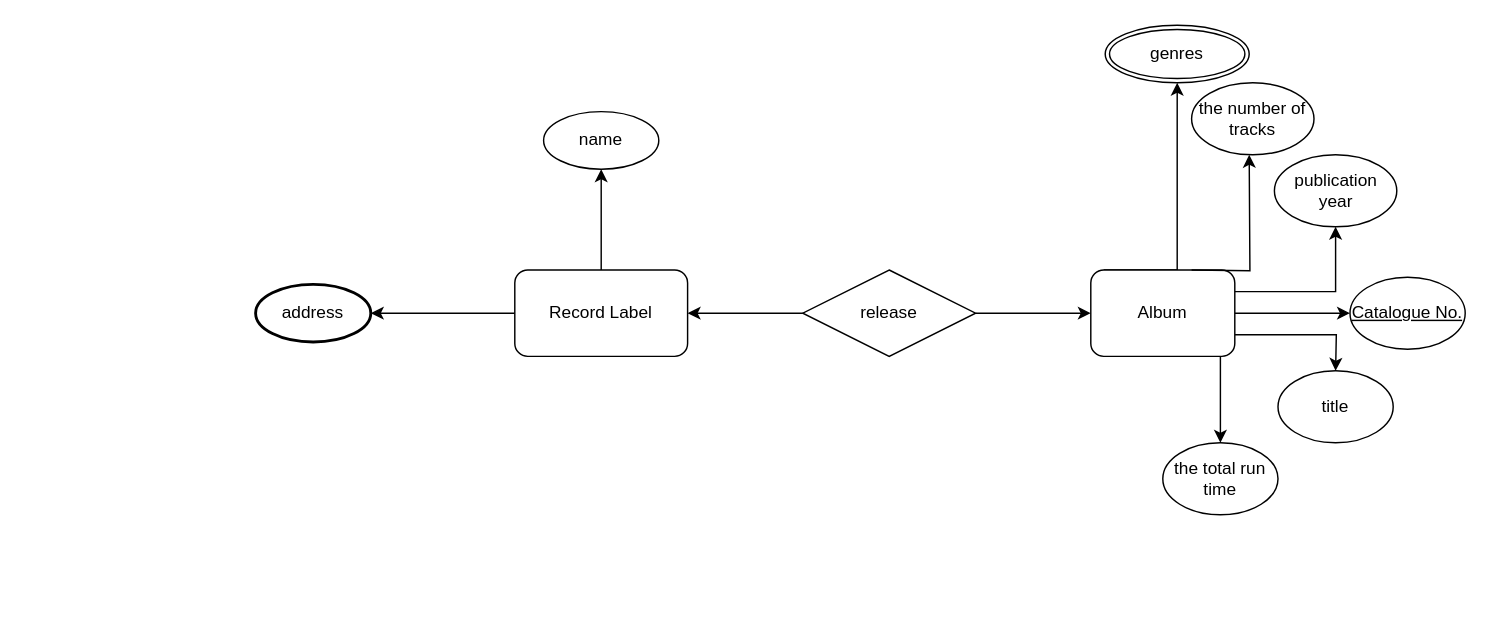
Above: Untitled Diagram.drawio in CallOfTheNight/Sussex-stuff (draw.io), before the change. Source tidied: cells renumbered, new cells numbered last; positions are measured from the earlier drawing's top-left corner, leaving out a move shared by most shapes. Both pictures are drawn from the tidied source at 144%, with x=0, y=0 at pixel (255, 24).
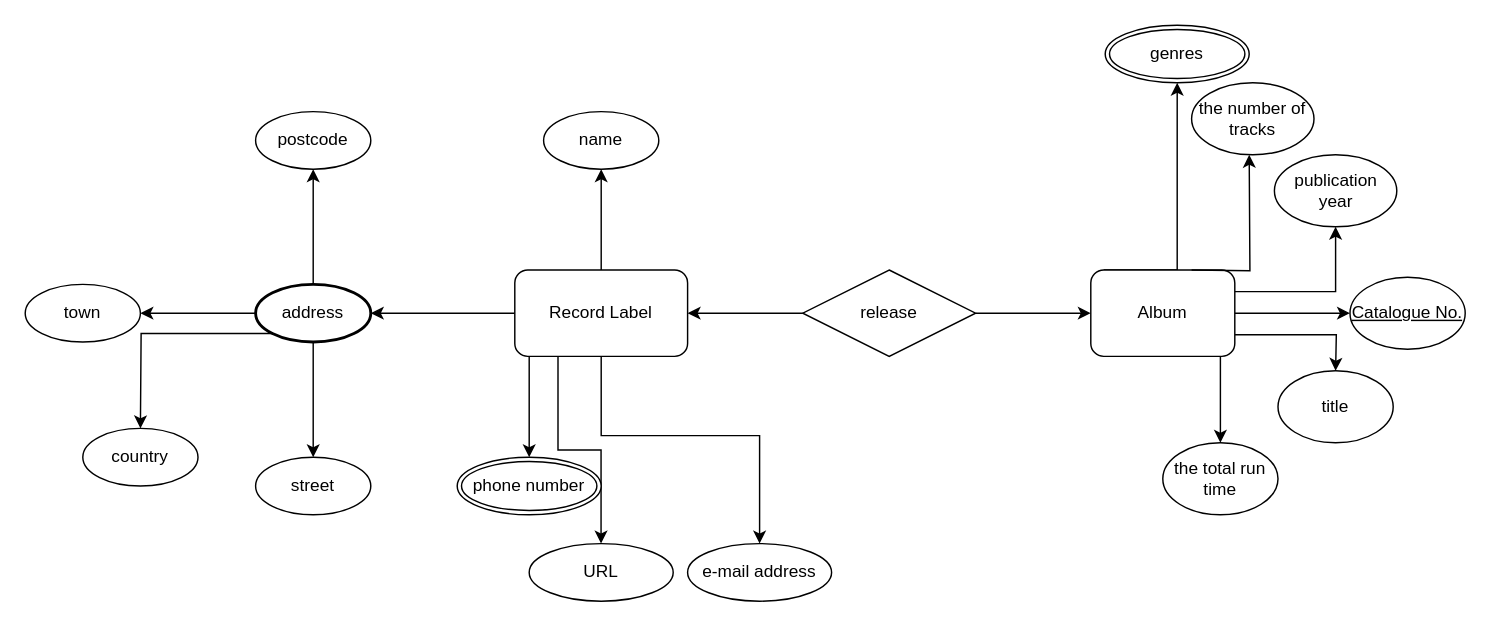
Above is the later version.

Commit message:
week 2 lab

The change refers to these unchanged cells:
```xml
<mxCell id="20" value="Record Label" style="rounded=1;whiteSpace=wrap;html=1;" parent="1" vertex="1">
  <mxGeometry x="180" y="170" width="120" height="60" as="geometry" />
</mxCell>
<mxCell id="22" value="address" style="ellipse;whiteSpace=wrap;html=1;rounded=1;strokeWidth=2;" parent="1" vertex="1">
  <mxGeometry y="180" width="80" height="40" as="geometry" />
</mxCell>
```

Diff of the diagram source:
```diff
@@
+    <mxCell id="23" style="edgeStyle=orthogonalEdgeStyle;rounded=0;jettySize=auto;html=1;exitX=0.5;exitY=1;exitDx=0;exitDy=0;entryX=0.5;entryY=0;entryDx=0;entryDy=0;" parent="1" edge="1" source="20" target="34">
+      <mxGeometry relative="1" as="geometry">
+        <Array as="points">
+          <mxPoint x="190" y="230" />
+        </Array>
+      </mxGeometry>
+    </mxCell>
+    <mxCell id="24" style="edgeStyle=orthogonalEdgeStyle;rounded=0;jettySize=auto;html=1;exitX=0.5;exitY=1;exitDx=0;exitDy=0;" parent="1" edge="1" source="20">
+      <mxGeometry relative="1" as="geometry">
+        <mxPoint x="239.9" y="360" as="targetPoint" />
+        <Array as="points">
+          <mxPoint x="210" y="230" />
+          <mxPoint x="210" y="295" />
+          <mxPoint x="240" y="295" />
+        </Array>
+      </mxGeometry>
+    </mxCell>
+    <mxCell id="25" style="edgeStyle=orthogonalEdgeStyle;rounded=0;jettySize=auto;html=1;entryX=0.5;entryY=0;entryDx=0;entryDy=0;" parent="1" edge="1" source="20" target="36">
+      <mxGeometry relative="1" as="geometry">
+        <Array as="points">
+          <mxPoint x="240" y="285" />
+          <mxPoint x="350" y="285" />
+        </Array>
+      </mxGeometry>
+    </mxCell>
@@
+    <mxCell id="26" style="edgeStyle=orthogonalEdgeStyle;rounded=0;jettySize=auto;html=1;" parent="1" edge="1" source="22" target="30">
+      <mxGeometry relative="1" as="geometry" />
+    </mxCell>
+    <mxCell id="27" style="edgeStyle=orthogonalEdgeStyle;rounded=0;jettySize=auto;html=1;" parent="1" edge="1" source="22" target="31">
+      <mxGeometry relative="1" as="geometry" />
+    </mxCell>
+    <mxCell id="28" style="edgeStyle=orthogonalEdgeStyle;rounded=0;jettySize=auto;html=1;" parent="1" edge="1" source="22" target="32">
+      <mxGeometry relative="1" as="geometry" />
+    </mxCell>
+    <mxCell id="29" style="edgeStyle=orthogonalEdgeStyle;rounded=0;jettySize=auto;html=1;exitX=0;exitY=1;exitDx=0;exitDy=0;" parent="1" edge="1" source="22">
+      <mxGeometry relative="1" as="geometry">
+        <mxPoint x="-80" y="280" as="targetPoint" />
+      </mxGeometry>
+    </mxCell>
@@
+    <mxCell id="30" value="postcode" style="ellipse;whiteSpace=wrap;html=1;rounded=1;strokeWidth=1;" parent="1" vertex="1">
+      <mxGeometry y="60" width="80" height="40" as="geometry" />
+    </mxCell>
+    <mxCell id="31" value="town" style="ellipse;whiteSpace=wrap;html=1;rounded=1;strokeWidth=1;" parent="1" vertex="1">
+      <mxGeometry x="-160" y="180" width="80" height="40" as="geometry" />
+    </mxCell>
+    <mxCell id="32" value="street" style="ellipse;whiteSpace=wrap;html=1;rounded=1;strokeWidth=1;" parent="1" vertex="1">
+      <mxGeometry y="300" width="80" height="40" as="geometry" />
+    </mxCell>
+    <mxCell id="33" value="country" style="ellipse;whiteSpace=wrap;html=1;align=center;" parent="1" vertex="1">
+      <mxGeometry x="-120" y="280" width="80" height="40" as="geometry" />
+    </mxCell>
+    <mxCell id="34" value="phone number" style="ellipse;shape=doubleEllipse;margin=3;whiteSpace=wrap;html=1;align=center;" parent="1" vertex="1">
+      <mxGeometry x="140" y="300" width="100" height="40" as="geometry" />
+    </mxCell>
+    <mxCell id="35" value="URL" style="ellipse;whiteSpace=wrap;html=1;align=center;" parent="1" vertex="1">
+      <mxGeometry x="190" y="360" width="100" height="40" as="geometry" />
+    </mxCell>
+    <mxCell id="36" value="e-mail address" style="ellipse;whiteSpace=wrap;html=1;align=center;" parent="1" vertex="1">
+      <mxGeometry x="300" y="360" width="100" height="40" as="geometry" />
+    </mxCell>
```
